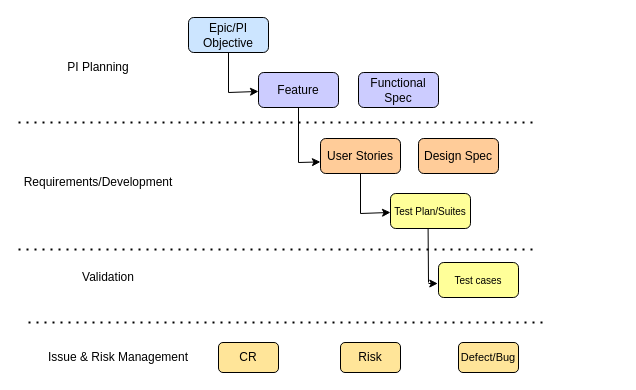
surajnaik90/Architectures-Designs keeps this draw.io diagram as agileprocess2.drawio. Above is the earlier version. Source tidied: cells renumbered, new cells numbered last; positions are measured from the earlier drawing's top-left corner, leaving out a move shared by most shapes. Both pictures are drawn from the tidied source at 100%, with x=0, y=0 at pixel (18, 17).
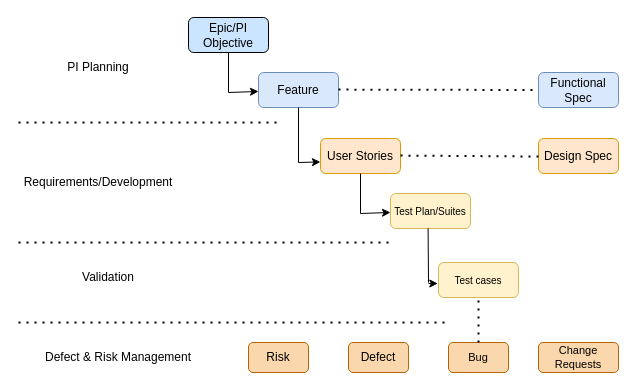
The same diagram, later.

The edit, as a diff of the source:
```diff
@@
     <mxCell id="2" style="endArrow=none;dashed=1;html=1;dashPattern=1 3;strokeWidth=2;rounded=0;" parent="1" edge="1">
       <mxGeometry relative="1" as="geometry">
         <mxPoint y="105" as="sourcePoint" />
-        <mxPoint x="520" y="105" as="targetPoint" />
+        <mxPoint x="260" y="105" as="targetPoint" />
       </mxGeometry>
     </mxCell>
     <mxCell id="3" style="endArrow=none;dashed=1;html=1;dashPattern=1 3;strokeWidth=2;rounded=0;" parent="1" edge="1">
       <mxGeometry relative="1" as="geometry">
-        <mxPoint x="10" y="305" as="sourcePoint" />
-        <mxPoint x="530" y="305" as="targetPoint" />
+        <mxPoint y="305" as="sourcePoint" />
+        <mxPoint x="430" y="305" as="targetPoint" />
       </mxGeometry>
     </mxCell>
-    <mxCell id="4" value="Issue &amp;amp; Risk Management" style="text;html=1;strokeColor=none;fillColor=none;align=center;verticalAlign=middle;whiteSpace=wrap;rounded=0;" parent="1" vertex="1">
+    <mxCell id="4" value="Defect &amp;amp; Risk Management" style="text;html=1;strokeColor=none;fillColor=none;align=center;verticalAlign=middle;whiteSpace=wrap;rounded=0;" parent="1" vertex="1">
       <mxGeometry x="20" y="325" width="160" height="30" as="geometry" />
     </mxCell>
@@
-    <mxCell id="8" value="Feature" style="rounded=1;whiteSpace=wrap;html=1;fillColor=#CCCCFF;" parent="1" vertex="1">
+    <mxCell id="8" value="Feature" style="rounded=1;whiteSpace=wrap;html=1;fillColor=#dae8fc;strokeColor=#6c8ebf;" parent="1" vertex="1">
       <mxGeometry x="240" y="55" width="80" height="35" as="geometry" />
     </mxCell>
@@
-    <mxCell id="11" value="User Stories" style="rounded=1;whiteSpace=wrap;html=1;fillColor=#FFCC99;" parent="1" vertex="1">
+    <mxCell id="11" value="User Stories" style="rounded=1;whiteSpace=wrap;html=1;fillColor=#ffe6cc;strokeColor=#d79b00;" parent="1" vertex="1">
       <mxGeometry x="302" y="121" width="80" height="35" as="geometry" />
     </mxCell>
-    <mxCell id="12" value="Test Plan/Suites" style="rounded=1;whiteSpace=wrap;html=1;fillColor=#FFFF99;fontSize=10;" parent="1" vertex="1">
+    <mxCell id="12" value="Test Plan/Suites" style="rounded=1;whiteSpace=wrap;html=1;fillColor=#fff2cc;fontSize=10;strokeColor=#d6b656;" parent="1" vertex="1">
       <mxGeometry x="372" y="176" width="80" height="35" as="geometry" />
     </mxCell>
@@
-    <mxCell id="15" value="&lt;span style=&quot;&quot;&gt;CR&lt;/span&gt;" style="rounded=1;whiteSpace=wrap;html=1;fillColor=#FFE599;" parent="1" vertex="1">
-      <mxGeometry x="200" y="325" width="60" height="30" as="geometry" />
+    <mxCell id="15" value="&lt;span style=&quot;&quot;&gt;Risk&lt;/span&gt;" style="rounded=1;whiteSpace=wrap;html=1;fillColor=#fad7ac;strokeColor=#b46504;" parent="1" vertex="1">
+      <mxGeometry x="230" y="325" width="60" height="30" as="geometry" />
     </mxCell>
-    <mxCell id="16" value="Risk" style="rounded=1;whiteSpace=wrap;html=1;fillColor=#FFE599;" parent="1" vertex="1">
-      <mxGeometry x="322" y="325" width="60" height="30" as="geometry" />
+    <mxCell id="16" value="Defect" style="rounded=1;whiteSpace=wrap;html=1;fillColor=#fad7ac;strokeColor=#b46504;" parent="1" vertex="1">
+      <mxGeometry x="330" y="325" width="60" height="30" as="geometry" />
     </mxCell>
-    <mxCell id="17" value="Defect/Bug" style="rounded=1;whiteSpace=wrap;html=1;fillColor=#FFE599;fontSize=11;" parent="1" vertex="1">
-      <mxGeometry x="440" y="325" width="60" height="30" as="geometry" />
+    <mxCell id="17" value="Bug" style="rounded=1;whiteSpace=wrap;html=1;fillColor=#fad7ac;fontSize=11;strokeColor=#b46504;" parent="1" vertex="1">
+      <mxGeometry x="430" y="325" width="60" height="30" as="geometry" />
     </mxCell>
@@
-    <mxCell id="20" style="endArrow=none;dashed=1;html=1;dashPattern=1 3;strokeWidth=2;rounded=0;" parent="1" edge="1">
-      <mxGeometry relative="1" as="geometry">
-        <mxPoint y="232" as="sourcePoint" />
-        <mxPoint x="520" y="232" as="targetPoint" />
-      </mxGeometry>
-    </mxCell>
@@
-    <mxCell id="22" value="Test cases" style="rounded=1;whiteSpace=wrap;html=1;fillColor=#FFFF99;fontSize=10;" parent="1" vertex="1">
+    <mxCell id="22" value="Test cases" style="rounded=1;whiteSpace=wrap;html=1;fillColor=#fff2cc;fontSize=10;strokeColor=#d6b656;" parent="1" vertex="1">
       <mxGeometry x="420" y="245" width="80" height="35" as="geometry" />
     </mxCell>
@@
+    <mxCell id="27" style="endArrow=none;dashed=1;html=1;dashPattern=1 3;strokeWidth=2;rounded=0;entryX=0.5;entryY=1;entryDx=0;entryDy=0;exitX=0.5;exitY=0;exitDx=0;exitDy=0;" parent="1" edge="1" source="17" target="22">
+      <mxGeometry relative="1" as="geometry" />
+    </mxCell>
-    <mxCell id="25" value="Functional Spec" style="rounded=1;whiteSpace=wrap;html=1;fillColor=#CCCCFF;" parent="1" vertex="1">
-      <mxGeometry x="340" y="55" width="80" height="35" as="geometry" />
+    <mxCell id="25" value="Functional Spec" style="rounded=1;whiteSpace=wrap;html=1;fillColor=#dae8fc;strokeColor=#6c8ebf;" parent="1" vertex="1">
+      <mxGeometry x="520" y="55" width="80" height="35" as="geometry" />
     </mxCell>
-    <mxCell id="26" value="Design Spec" style="rounded=1;whiteSpace=wrap;html=1;fillColor=#FFCC99;" parent="1" vertex="1">
-      <mxGeometry x="400" y="121" width="80" height="35" as="geometry" />
+    <mxCell id="26" value="Design Spec" style="rounded=1;whiteSpace=wrap;html=1;fillColor=#ffe6cc;strokeColor=#d79b00;" parent="1" vertex="1">
+      <mxGeometry x="520" y="121" width="80" height="35" as="geometry" />
     </mxCell>
+    <mxCell id="28" style="endArrow=none;dashed=1;html=1;dashPattern=1 3;strokeWidth=2;rounded=0;" parent="1" edge="1">
+      <mxGeometry relative="1" as="geometry">
+        <mxPoint y="225" as="sourcePoint" />
+        <mxPoint x="372" y="225" as="targetPoint" />
+      </mxGeometry>
+    </mxCell>
+    <mxCell id="29" style="endArrow=none;dashed=1;html=1;dashPattern=1 3;strokeWidth=2;rounded=0;entryX=0;entryY=0.5;entryDx=0;entryDy=0;" parent="1" edge="1" target="25">
+      <mxGeometry relative="1" as="geometry">
+        <mxPoint x="320" y="72.1" as="sourcePoint" />
+      </mxGeometry>
+    </mxCell>
+    <mxCell id="30" style="endArrow=none;dashed=1;html=1;dashPattern=1 3;strokeWidth=2;rounded=0;" parent="1" edge="1">
+      <mxGeometry relative="1" as="geometry">
+        <mxPoint x="382" y="138.1" as="sourcePoint" />
+        <mxPoint x="520" y="139" as="targetPoint" />
+      </mxGeometry>
+    </mxCell>
+    <mxCell id="31" value="Change Requests" style="rounded=1;whiteSpace=wrap;html=1;fillColor=#fad7ac;fontSize=11;strokeColor=#b46504;" parent="1" vertex="1">
+      <mxGeometry x="520" y="325" width="80" height="30" as="geometry" />
+    </mxCell>
```
